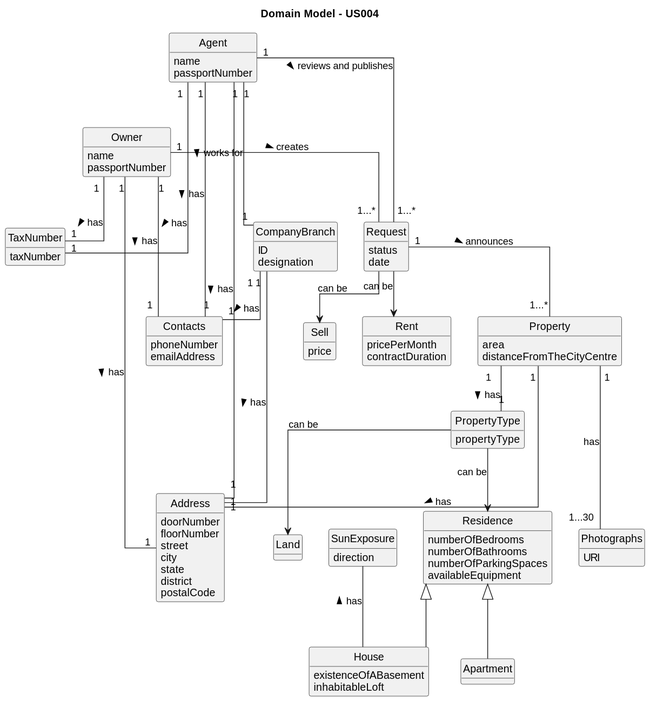
Above: docs/sprintB/us004/02.analysis/svg/us004-domain-model.svg in 1220812/LAPR2 (PlantUML), before the change.
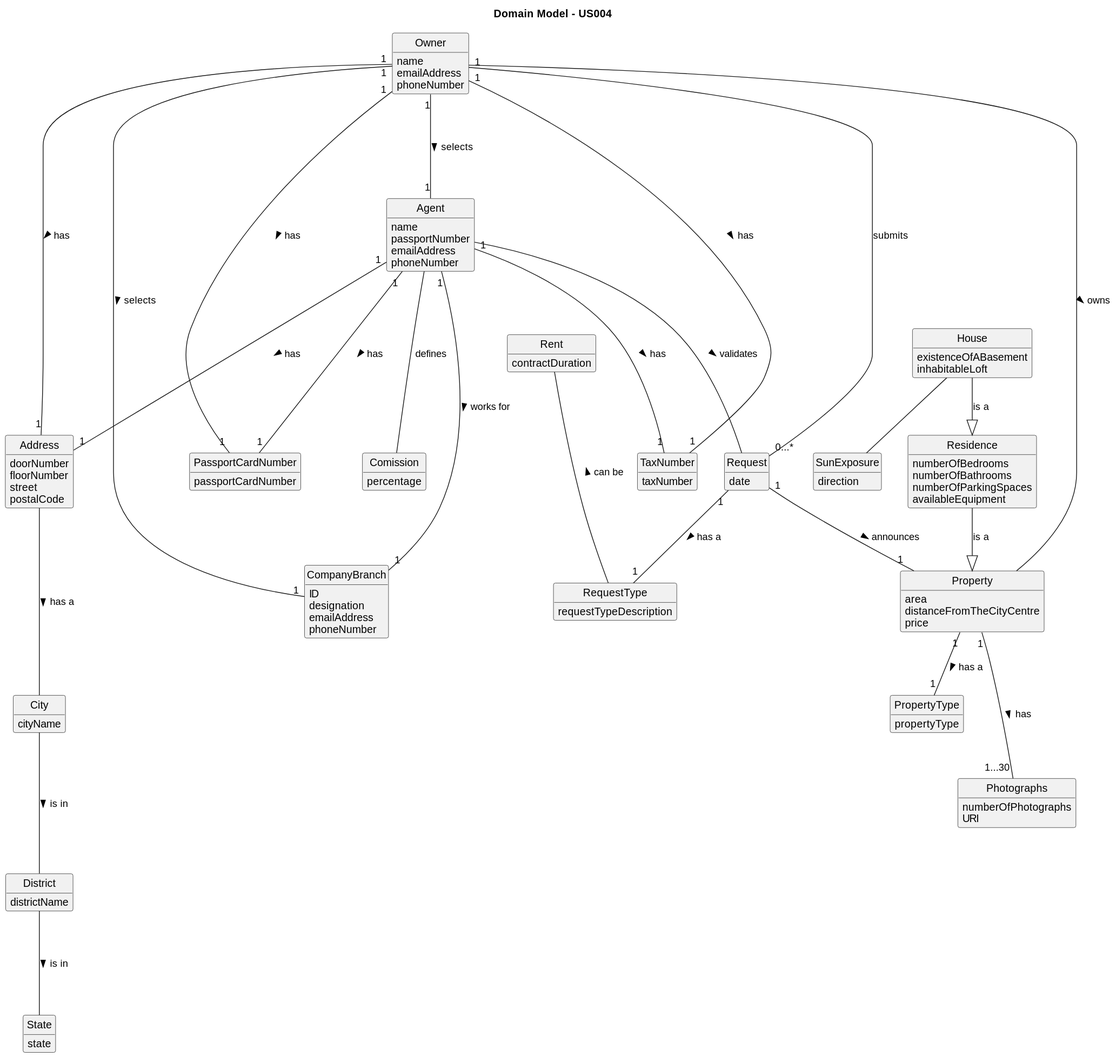
After the change.

Change to the diagram source:
```diff
@@ -1,6 +1,5 @@
 @startuml
 skinparam monochrome true
-skinparam linetype ortho
 skinparam packageStyle rectangle
 skinparam shadowing false
 
@@ -14,42 +13,39 @@
 
 class Owner{
 name
-passportNumber
+emailAddress
+phoneNumber
 }
 
 class Agent{
 name
 passportNumber
+emailAddress
+phoneNumber
 }
 
 class CompanyBranch{
 ID
 designation
-}
-
-class Contacts{
+emailAddress
 phoneNumber
-emailAddress
 }
 
 class Address{
 doorNumber
 floorNumber
 street
-city
-state
-district
 postalCode
 }
 
 class Request{
-status
 date
 }
 
 class Property{
 area
 distanceFromTheCityCentre
+price
 }
 
 class Residence{
@@ -64,19 +60,8 @@
 inhabitableLoft
 }
 
-class Land{
-}
-
-class Sell{
-price
-}
-
-class Rent{
-pricePerMonth
-contractDuration
-}
-
 class Photographs{
+numberOfPhotographs
 URI
 }
 
@@ -84,8 +69,6 @@
 taxNumber
 }
 
-class Apartment{
-}
 
 class SunExposure{
 direction
@@ -95,33 +78,61 @@
 propertyType
 }
 
+class PassportCardNumber{
+passportCardNumber
+}
+
+class District{
+districtName
+}
+
+class State{
+state
+}
+
+class City{
+cityName
+}
+
+class Comission{
+percentage
+}
+
+class Rent{
+contractDuration
+}
+
+class RequestType{
+requestTypeDescription
+}
+
+Owner "1" --- "1" PassportCardNumber : has >
+Owner "1" --- "1" TaxNumber : has >
+Owner "1" -- "1" CompanyBranch : selects >
 Owner "1" --- "1" Address : has >
-Owner "1" -- "1...*" Request : creates >
-Owner "1" -- "1" TaxNumber : has >
-Owner "1" -- "1" Contacts : has >
+Owner "1" ---"0...*" Request : submits
+Owner "1" ---"1" Agent : selects >
+Owner --- Property : owns >
 
+Agent "1" ---- "1" CompanyBranch : works for >
 Agent "1" --- "1" Address : has >
-Agent "1" --- "1...*" Request : reviews and publishes >
+Agent "1" --- "1" PassportCardNumber : has >
 Agent "1" --- "1" TaxNumber : has >
-Agent "1" --- "1" Contacts : has >
-Agent "1" --- "1" CompanyBranch : works for >
+Agent --- Request : validates >
+Agent --- Comission : defines
 
-Property "1" -- "1" PropertyType : has >
-Property "1" --- "1...30" Photographs : has
+Residence --|> Property : is a
+House --|> Residence : is a
+House -- SunExposure
 
-Property "1" --- "1" Address : has >
-PropertyType --> Residence : can be
-PropertyType --> Land : can be
+Property "1" -- "1" PropertyType : has a >
+Property "1" --- "1...30" Photographs : has >
 
-CompanyBranch "1" --- "1" Address : has >
-CompanyBranch "1" -- "1" Contacts : has >
+Address --- City : has a >
+City --- District : is in >
+District --- State : is in >
 
-Residence <|-- House
-Residence <|-- Apartment
-
-Request --> Sell : can be
-Request --> Rent : can be
-Request "1"--"1...*" Property : announces >
-
-SunExposure -- House : has <
+Request "1" -- "1" RequestType : has a >
+Request "1" -- "1" Property : announces >
+Rent --- RequestType : can be <
 @enduml
```
